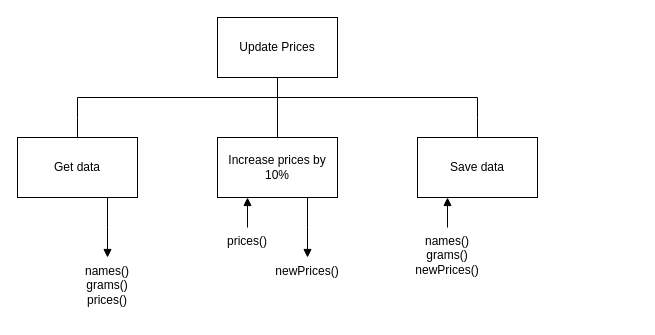
Above: higher/H-SDD-Tuck-Shop/assets/H-SDD-Update-Prices.drawio in MrFriendCS/MrFriendCS.github.io (draw.io), before the change. Source tidied: cells renumbered, new cells numbered last; positions are measured from the earlier drawing's top-left corner, leaving out a move shared by most shapes. Both pictures are drawn from the tidied source at 100%, with x=0, y=0 at pixel (17, 17).
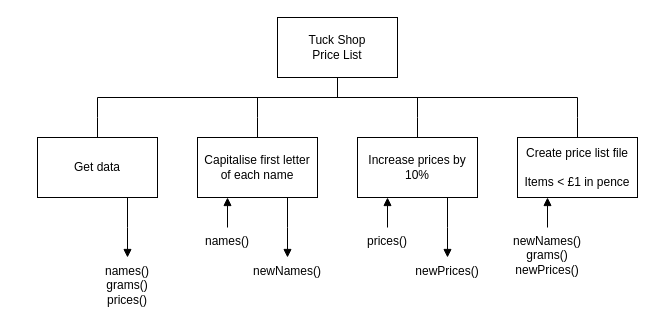
After the change.

Diff of the diagram source:
```diff
@@
+    <mxCell id="18" style="edgeStyle=orthogonalEdgeStyle;shape=connector;rounded=0;jettySize=auto;html=1;exitX=0.5;exitY=1;exitDx=0;exitDy=0;strokeColor=default;align=center;verticalAlign=middle;fontFamily=Helvetica;fontSize=11;fontColor=default;labelBackgroundColor=default;endArrow=none;endFill=0;" parent="1" edge="1" source="2">
+      <mxGeometry relative="1" as="geometry">
+        <mxPoint x="320" y="80" as="targetPoint" />
+      </mxGeometry>
+    </mxCell>
-    <mxCell id="2" value="Update Prices" style="rounded=0;whiteSpace=wrap;html=1;" parent="1" vertex="1">
-      <mxGeometry x="200" width="120" height="60" as="geometry" />
+    <mxCell id="2" value="Tuck Shop&lt;div&gt;Price List&lt;/div&gt;" style="rounded=0;whiteSpace=wrap;html=1;" parent="1" vertex="1">
+      <mxGeometry x="260" width="120" height="60" as="geometry" />
     </mxCell>
-    <mxCell id="3" style="edgeStyle=orthogonalEdgeStyle;rounded=0;jettySize=auto;html=1;exitX=0.5;exitY=0;exitDx=0;exitDy=0;endArrow=none;endFill=0;entryX=0.5;entryY=1;entryDx=0;entryDy=0;" parent="1" edge="1" source="6" target="2">
-      <mxGeometry relative="1" as="geometry" />
-    </mxCell>
     <mxCell id="4" style="edgeStyle=orthogonalEdgeStyle;rounded=0;jettySize=auto;html=1;exitX=0.25;exitY=1;exitDx=0;exitDy=0;endArrow=none;endFill=0;startArrow=block;startFill=1;" parent="1" edge="1" source="6">
       <mxGeometry relative="1" as="geometry">
-        <mxPoint x="230" y="210" as="targetPoint" />
+        <mxPoint x="370" y="210" as="targetPoint" />
       </mxGeometry>
     </mxCell>
     <mxCell id="5" style="edgeStyle=orthogonalEdgeStyle;rounded=0;jettySize=auto;html=1;exitX=0.75;exitY=1;exitDx=0;exitDy=0;endArrow=block;endFill=1;" parent="1" edge="1" source="6">
       <mxGeometry relative="1" as="geometry">
-        <mxPoint x="290" y="240" as="targetPoint" />
+        <mxPoint x="430" y="240" as="targetPoint" />
       </mxGeometry>
     </mxCell>
+    <mxCell id="19" style="edgeStyle=orthogonalEdgeStyle;shape=connector;rounded=0;jettySize=auto;html=1;exitX=0.5;exitY=0;exitDx=0;exitDy=0;strokeColor=default;align=center;verticalAlign=middle;fontFamily=Helvetica;fontSize=11;fontColor=default;labelBackgroundColor=default;endArrow=none;endFill=0;" parent="1" edge="1" source="6">
+      <mxGeometry relative="1" as="geometry">
+        <mxPoint x="400" y="80" as="targetPoint" />
+      </mxGeometry>
+    </mxCell>
     <mxCell id="6" value="Increase prices by 10%" style="rounded=0;whiteSpace=wrap;html=1;" parent="1" vertex="1">
-      <mxGeometry x="200" y="120" width="120" height="60" as="geometry" />
+      <mxGeometry x="340" y="120" width="120" height="60" as="geometry" />
     </mxCell>
-    <mxCell id="7" style="edgeStyle=orthogonalEdgeStyle;rounded=0;jettySize=auto;html=1;exitX=0.5;exitY=0;exitDx=0;exitDy=0;endArrow=none;endFill=0;" parent="1" edge="1" source="9">
-      <mxGeometry relative="1" as="geometry">
-        <mxPoint x="60" y="80" as="targetPoint" />
-      </mxGeometry>
-    </mxCell>
     <mxCell id="8" style="edgeStyle=orthogonalEdgeStyle;rounded=0;jettySize=auto;html=1;exitX=0.75;exitY=1;exitDx=0;exitDy=0;endArrow=block;endFill=1;" parent="1" edge="1" source="9">
       <mxGeometry relative="1" as="geometry">
-        <mxPoint x="90" y="240" as="targetPoint" />
+        <mxPoint x="110" y="240" as="targetPoint" />
       </mxGeometry>
     </mxCell>
+    <mxCell id="20" style="edgeStyle=orthogonalEdgeStyle;rounded=0;jettySize=auto;html=1;exitX=0.5;exitY=0;exitDx=0;exitDy=0;endArrow=none;endFill=0;" parent="1" edge="1" source="9">
+      <mxGeometry relative="1" as="geometry">
+        <mxPoint x="80" y="80" as="targetPoint" />
+      </mxGeometry>
+    </mxCell>
     <mxCell id="9" value="Get data" style="rounded=0;whiteSpace=wrap;html=1;" parent="1" vertex="1">
-      <mxGeometry y="120" width="120" height="60" as="geometry" />
+      <mxGeometry x="20" y="120" width="120" height="60" as="geometry" />
     </mxCell>
     <mxCell id="10" style="edgeStyle=orthogonalEdgeStyle;rounded=0;jettySize=auto;html=1;exitX=0.5;exitY=0;exitDx=0;exitDy=0;endArrow=none;endFill=0;" parent="1" edge="1" source="12">
       <mxGeometry relative="1" as="geometry">
-        <mxPoint x="460" y="80" as="targetPoint" />
+        <mxPoint x="560" y="80" as="targetPoint" />
       </mxGeometry>
     </mxCell>
     <mxCell id="11" style="edgeStyle=orthogonalEdgeStyle;rounded=0;jettySize=auto;html=1;exitX=0.25;exitY=1;exitDx=0;exitDy=0;startArrow=block;startFill=1;endArrow=none;endFill=0;" parent="1" edge="1" source="12">
       <mxGeometry relative="1" as="geometry">
-        <mxPoint x="430" y="210" as="targetPoint" />
+        <mxPoint x="530" y="210" as="targetPoint" />
       </mxGeometry>
     </mxCell>
-    <mxCell id="12" value="Save data" style="rounded=0;whiteSpace=wrap;html=1;" parent="1" vertex="1">
-      <mxGeometry x="400" y="120" width="120" height="60" as="geometry" />
+    <mxCell id="12" value="&lt;div&gt;Create price list file&lt;/div&gt;&lt;div&gt;&lt;br&gt;&lt;/div&gt;&lt;div&gt;Items &amp;lt; £1 in pence&lt;/div&gt;" style="rounded=0;whiteSpace=wrap;html=1;" parent="1" vertex="1">
+      <mxGeometry x="500" y="120" width="120" height="60" as="geometry" />
     </mxCell>
     <mxCell id="13" style="endArrow=none;html=1;rounded=0;" parent="1" edge="1">
       <mxGeometry relative="1" as="geometry">
-        <mxPoint x="60" y="80" as="sourcePoint" />
-        <mxPoint x="460" y="80" as="targetPoint" />
+        <mxPoint x="80" y="80" as="sourcePoint" />
+        <mxPoint x="560" y="80" as="targetPoint" />
       </mxGeometry>
     </mxCell>
     <mxCell id="14" value="names()&lt;br&gt;grams()&lt;br&gt;&lt;div&gt;prices()&lt;/div&gt;" style="text;html=1;strokeColor=none;fillColor=none;align=center;verticalAlign=top;whiteSpace=wrap;rounded=0;" parent="1" vertex="1">
-      <mxGeometry x="40" y="240" width="100" height="60" as="geometry" />
+      <mxGeometry x="80" y="240" width="60" height="60" as="geometry" />
     </mxCell>
     <mxCell id="15" value="prices()" style="text;html=1;strokeColor=none;fillColor=none;align=center;verticalAlign=top;whiteSpace=wrap;rounded=0;" parent="1" vertex="1">
-      <mxGeometry x="180" y="210" width="100" height="30" as="geometry" />
+      <mxGeometry x="340" y="210" width="60" height="30" as="geometry" />
     </mxCell>
     <mxCell id="16" value="newPrices()" style="text;html=1;strokeColor=none;fillColor=none;align=center;verticalAlign=top;whiteSpace=wrap;rounded=0;" parent="1" vertex="1">
-      <mxGeometry x="240" y="240" width="100" height="30" as="geometry" />
+      <mxGeometry x="390" y="240" width="80" height="30" as="geometry" />
     </mxCell>
-    <mxCell id="17" value="names()&lt;br&gt;grams()&lt;br&gt;&lt;div&gt;newPrices()&lt;/div&gt;" style="text;html=1;strokeColor=none;fillColor=none;align=center;verticalAlign=top;whiteSpace=wrap;rounded=0;" parent="1" vertex="1">
-      <mxGeometry x="380" y="210" width="100" height="60" as="geometry" />
+    <mxCell id="17" value="newNames()&lt;br&gt;grams()&lt;br&gt;&lt;div&gt;newPrices()&lt;/div&gt;" style="text;html=1;strokeColor=none;fillColor=none;align=center;verticalAlign=top;whiteSpace=wrap;rounded=0;" parent="1" vertex="1">
+      <mxGeometry x="490" y="210" width="80" height="60" as="geometry" />
     </mxCell>
+    <mxCell id="21" style="edgeStyle=orthogonalEdgeStyle;rounded=0;jettySize=auto;html=1;exitX=0.25;exitY=1;exitDx=0;exitDy=0;endArrow=none;endFill=0;startArrow=block;startFill=1;" parent="1" edge="1" source="24">
+      <mxGeometry relative="1" as="geometry">
+        <mxPoint x="210" y="210" as="targetPoint" />
+      </mxGeometry>
+    </mxCell>
+    <mxCell id="22" style="edgeStyle=orthogonalEdgeStyle;rounded=0;jettySize=auto;html=1;exitX=0.75;exitY=1;exitDx=0;exitDy=0;endArrow=block;endFill=1;" parent="1" edge="1" source="24">
+      <mxGeometry relative="1" as="geometry">
+        <mxPoint x="270" y="240" as="targetPoint" />
+      </mxGeometry>
+    </mxCell>
+    <mxCell id="23" style="edgeStyle=orthogonalEdgeStyle;shape=connector;rounded=0;jettySize=auto;html=1;exitX=0.5;exitY=0;exitDx=0;exitDy=0;strokeColor=default;align=center;verticalAlign=middle;fontFamily=Helvetica;fontSize=11;fontColor=default;labelBackgroundColor=default;endArrow=none;endFill=0;" parent="1" edge="1" source="24">
+      <mxGeometry relative="1" as="geometry">
+        <mxPoint x="240" y="80" as="targetPoint" />
+      </mxGeometry>
+    </mxCell>
+    <mxCell id="24" value="Capitalise first letter&lt;div&gt;of&amp;nbsp;&lt;span style=&quot;background-color: initial;&quot;&gt;each name&lt;/span&gt;&lt;/div&gt;" style="rounded=0;whiteSpace=wrap;html=1;" parent="1" vertex="1">
+      <mxGeometry x="180" y="120" width="120" height="60" as="geometry" />
+    </mxCell>
+    <mxCell id="25" value="names()" style="text;html=1;strokeColor=none;fillColor=none;align=center;verticalAlign=top;whiteSpace=wrap;rounded=0;" parent="1" vertex="1">
+      <mxGeometry x="180" y="210" width="60" height="30" as="geometry" />
+    </mxCell>
+    <mxCell id="26" value="newNames()" style="text;html=1;strokeColor=none;fillColor=none;align=center;verticalAlign=top;whiteSpace=wrap;rounded=0;" parent="1" vertex="1">
+      <mxGeometry x="230" y="240" width="80" height="30" as="geometry" />
+    </mxCell>
```
